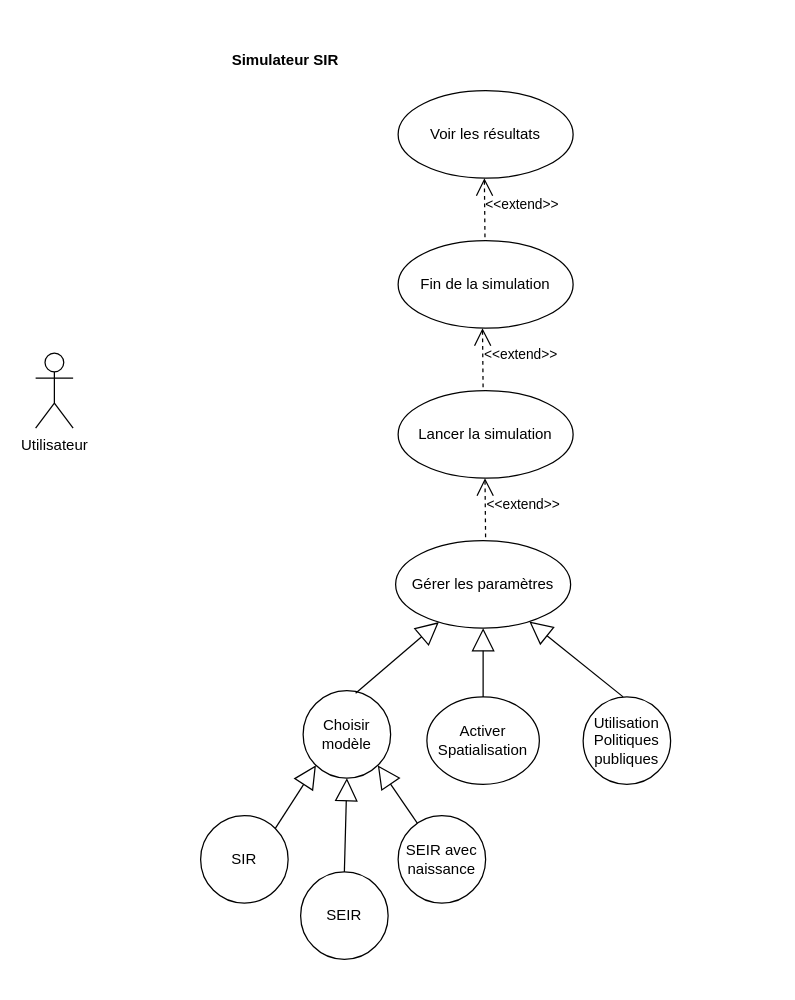
This is Untitled Diagram.drawio from thomas-binga/APO_SIR_PROJET, a draw.io file, before an edit. Source tidied: cells renumbered, new cells numbered last; positions are measured from the earlier drawing's top-left corner, leaving out a move shared by most shapes. Both pictures are drawn from the tidied source at 125%, with x=0, y=0 at pixel (35, 40).
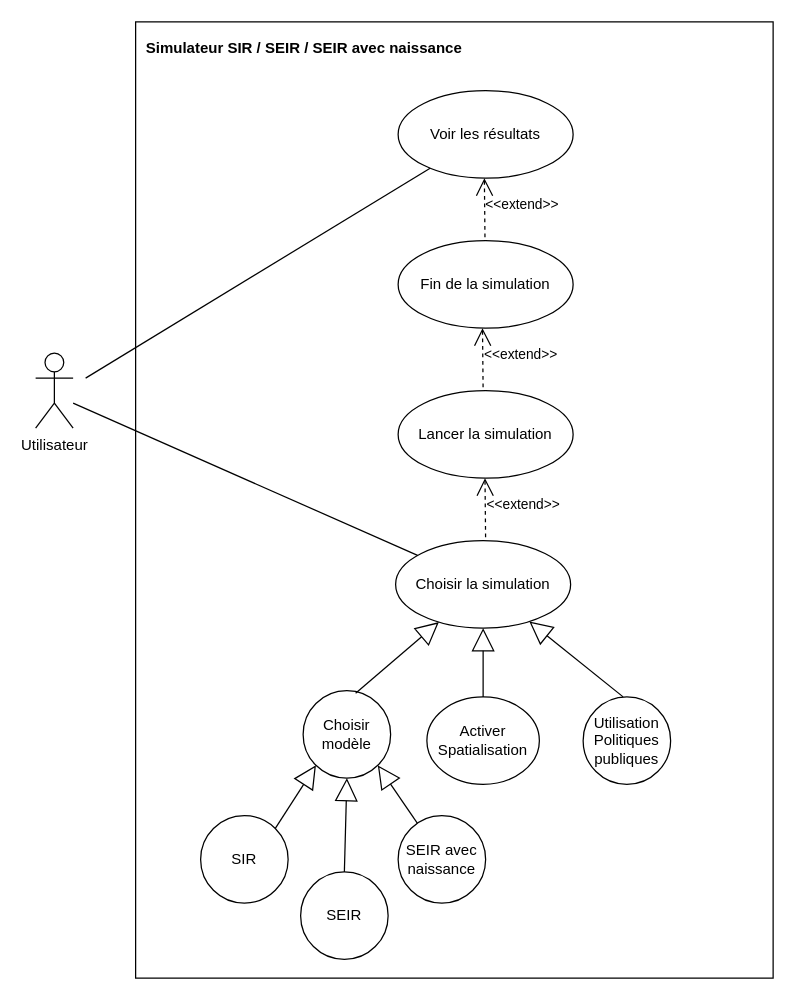
After the change.

The change refers to these unchanged cells:
```xml
<mxCell id="6" value="Voir les résultats" style="ellipse;whiteSpace=wrap;html=1;" parent="1" vertex="1">
  <mxGeometry x="290" y="40" width="140" height="70" as="geometry" />
</mxCell>
```

Change to the diagram source:
```diff
@@
+    <mxCell id="23" style="rounded=0;whiteSpace=wrap;html=1;" parent="1" vertex="1">
+      <mxGeometry x="80" y="-15" width="510" height="765" as="geometry" />
+    </mxCell>
@@
-    <mxCell id="3" value="Gérer les paramètres" style="ellipse;whiteSpace=wrap;html=1;" parent="1" vertex="1">
+    <mxCell id="3" value="Choisir la simulation" style="ellipse;whiteSpace=wrap;html=1;" parent="1" vertex="1">
       <mxGeometry x="288" y="400" width="140" height="70" as="geometry" />
     </mxCell>
@@
-    <mxCell id="7" value="Simulateur SIR" style="text;align=center;fontStyle=1;verticalAlign=middle;spacingLeft=3;spacingRight=3;strokeColor=none;" parent="1" vertex="1">
-      <mxGeometry x="160" width="80" height="30" as="geometry" />
+    <mxCell id="7" value="Simulateur SIR / SEIR / SEIR avec naissance" style="text;align=center;fontStyle=1;verticalAlign=middle;spacingLeft=3;spacingRight=3;strokeColor=none;" parent="1" vertex="1">
+      <mxGeometry x="90" y="-10" width="250" height="30" as="geometry" />
     </mxCell>
@@
+    <mxCell id="24" style="edgeStyle=none;html=1;endArrow=none;verticalAlign=bottom;" parent="1" edge="1" target="6">
+      <mxGeometry relative="1" as="geometry">
+        <mxPoint x="40" y="270" as="sourcePoint" />
+      </mxGeometry>
+    </mxCell>
+    <mxCell id="25" style="edgeStyle=none;html=1;endArrow=none;verticalAlign=bottom;" parent="1" edge="1" source="3">
+      <mxGeometry relative="1" as="geometry">
+        <mxPoint x="30" y="290" as="targetPoint" />
+      </mxGeometry>
+    </mxCell>
```
